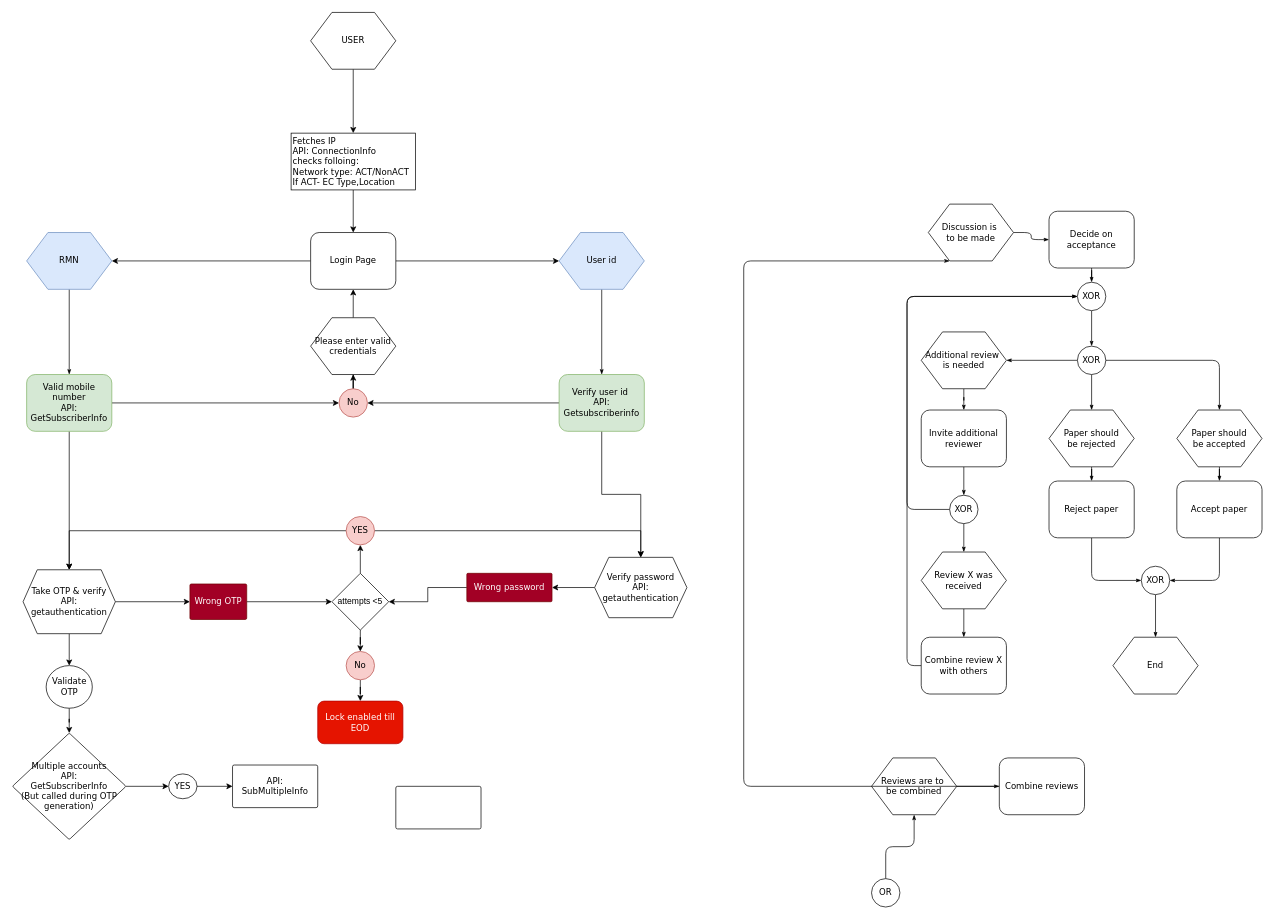
Above: Untitled Diagram.drawio in jkssuryarao/jkssuryarao.github.io (draw.io), before the change. Source tidied: cells renumbered, new cells numbered last; positions are measured from the earlier drawing's top-left corner, leaving out a move shared by most shapes. Both pictures are drawn from the tidied source at 71%, with x=0, y=0 at pixel (12, 12).
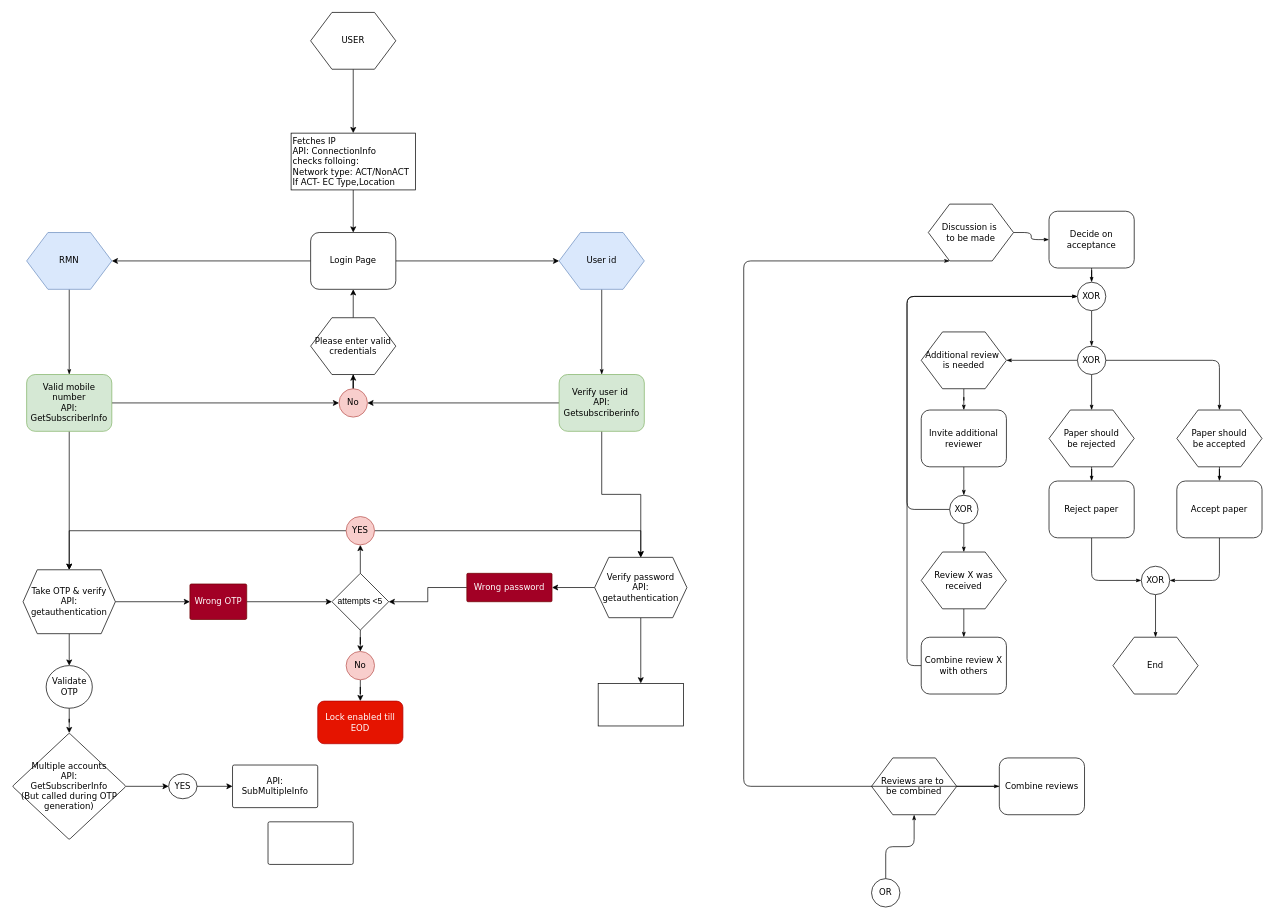
The same diagram, later.

The change refers to these unchanged cells:
```xml
<mxCell id="84" value="&lt;span style=&quot;font-family: Verdana;&quot;&gt;Verify password&lt;/span&gt;&lt;div style=&quot;font-family: Verdana;&quot;&gt;API: getauthentication&lt;/div&gt;" style="shape=hexagon;perimeter=hexagonPerimeter2;whiteSpace=wrap;html=1;fixedSize=1;" parent="1" vertex="1">
  <mxGeometry x="820" y="767.5" width="130" height="85" as="geometry" />
</mxCell>
```

The edit, as a diff of the source:
```diff
@@
     <mxCell id="77" style="whiteSpace=wrap;html=1;fontFamily=Verdana;rounded=1;shadow=0;labelBackgroundColor=none;strokeWidth=1;arcSize=4;" parent="1" vertex="1">
-      <mxGeometry x="540" y="1090" width="120" height="60" as="geometry" />
+      <mxGeometry x="360" y="1140" width="120" height="60" as="geometry" />
     </mxCell>
@@
+    <mxCell id="87" style="edgeStyle=orthogonalEdgeStyle;rounded=0;jettySize=auto;html=1;" parent="1" edge="1" source="84" target="88">
+      <mxGeometry relative="1" as="geometry" />
+    </mxCell>
@@
+    <mxCell id="88" style="whiteSpace=wrap;html=1;" parent="1" vertex="1">
+      <mxGeometry x="825" y="945" width="120" height="60" as="geometry" />
+    </mxCell>
```
